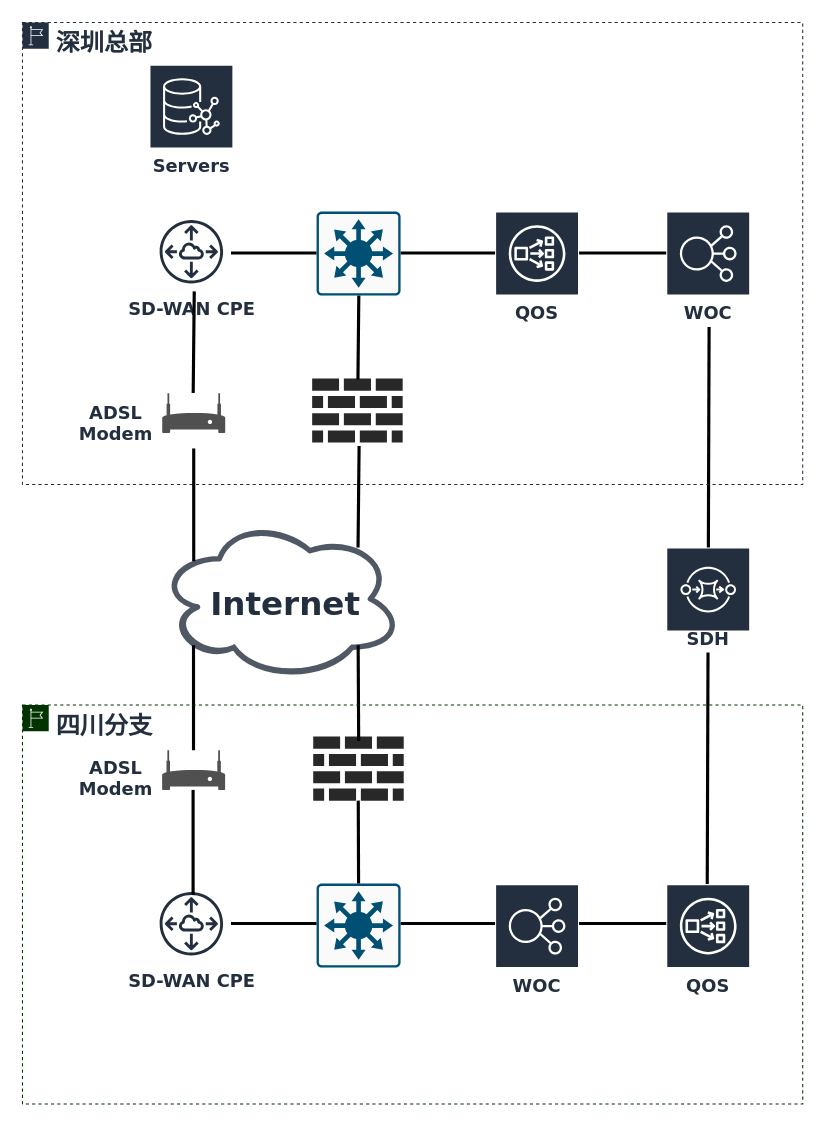
Before: Untitled Diagram.drawio in ZILLIONTSANG/NetworkDiagrams, a draw.io diagram. Source tidied: cells renumbered, new cells numbered last; positions are measured from the earlier drawing's top-left corner, leaving out a move shared by most shapes. Both pictures are drawn from the tidied source at 105%, with x=0, y=0 at pixel (22, 22).
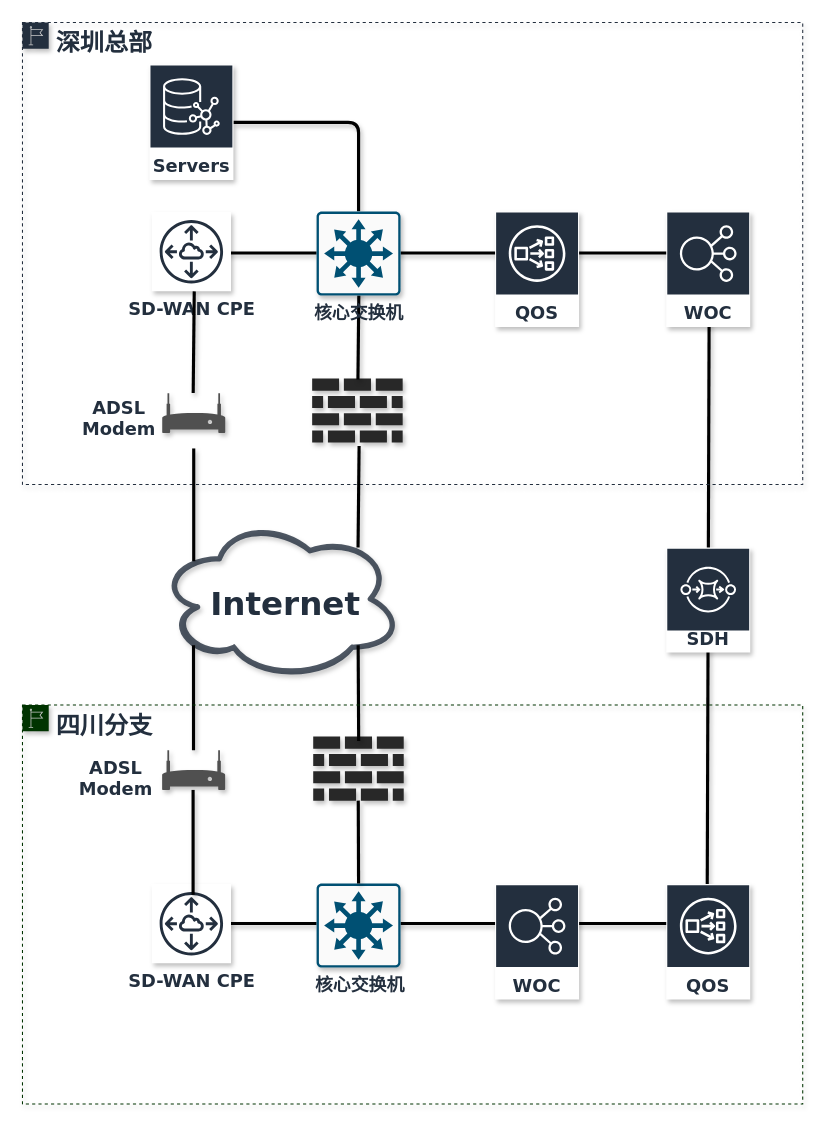
The same diagram, later.

Change to the diagram source:
```diff
@@
-    <mxCell id="2" style="edgeStyle=none;rounded=0;orthogonalLoop=1;jettySize=auto;html=1;endArrow=none;endFill=0;strokeWidth=3;fontFamily=Verdana;fontSize=17;fontColor=#232F3E;" parent="1" edge="1">
+    <mxCell id="2" style="edgeStyle=none;rounded=0;orthogonalLoop=1;jettySize=auto;html=1;endArrow=none;endFill=0;strokeWidth=3;fontFamily=Verdana;fontSize=17;fontColor=#232F3E;shadow=1;" parent="1" edge="1">
       <mxGeometry relative="1" as="geometry">
         <mxPoint x="654" y="240" as="sourcePoint" />
         <mxPoint x="652" y="840" as="targetPoint" />
       </mxGeometry>
     </mxCell>
-    <mxCell id="3" style="rounded=0;orthogonalLoop=1;jettySize=auto;html=1;fontSize=17;fontColor=#232F3E;fontFamily=Verdana;fontStyle=1;endArrow=none;endFill=0;strokeWidth=3;exitX=0.743;exitY=0.341;exitDx=0;exitDy=0;exitPerimeter=0;" parent="1" edge="1">
+    <mxCell id="3" style="rounded=0;orthogonalLoop=1;jettySize=auto;html=1;fontSize=17;fontColor=#232F3E;fontFamily=Verdana;fontStyle=1;endArrow=none;endFill=0;strokeWidth=3;exitX=0.743;exitY=0.341;exitDx=0;exitDy=0;exitPerimeter=0;shadow=1;" parent="1" edge="1">
       <mxGeometry x="-173.3" y="257.4" as="geometry">
         <mxPoint x="645.6" y="219.5" as="sourcePoint" />
         <mxPoint x="163" y="219.5" as="targetPoint" />
       </mxGeometry>
     </mxCell>
-    <mxCell id="4" style="rounded=0;orthogonalLoop=1;jettySize=auto;html=1;fontSize=17;fontColor=#232F3E;fontFamily=Verdana;fontStyle=1;endArrow=none;endFill=0;strokeWidth=3;exitX=0.743;exitY=0.341;exitDx=0;exitDy=0;exitPerimeter=0;" parent="1" edge="1">
+    <mxCell id="4" style="rounded=0;orthogonalLoop=1;jettySize=auto;html=1;fontSize=17;fontColor=#232F3E;fontFamily=Verdana;fontStyle=1;endArrow=none;endFill=0;strokeWidth=3;exitX=0.743;exitY=0.341;exitDx=0;exitDy=0;exitPerimeter=0;shadow=1;" parent="1" edge="1">
       <mxGeometry x="-174.4" y="896" as="geometry">
         <mxPoint x="644.4" y="858" as="sourcePoint" />
         <mxPoint x="161.9" y="858" as="targetPoint" />
       </mxGeometry>
     </mxCell>
-    <mxCell id="5" value="WOC" style="fontColor=#232F3E;gradientColor=none;strokeColor=#ffffff;fillColor=#232F3E;dashed=0;verticalLabelPosition=middle;verticalAlign=bottom;align=center;html=1;whiteSpace=wrap;fontSize=17;fontStyle=1;spacing=3;shape=mxgraph.aws4.productIcon;prIcon=mxgraph.aws4.elastic_load_balancing;fontFamily=Verdana;" parent="1" vertex="1">
+    <mxCell id="5" value="WOC" style="fontColor=#232F3E;gradientColor=none;strokeColor=#ffffff;fillColor=#232F3E;dashed=0;verticalLabelPosition=middle;verticalAlign=bottom;align=center;html=1;whiteSpace=wrap;fontSize=17;fontStyle=1;spacing=3;shape=mxgraph.aws4.productIcon;prIcon=mxgraph.aws4.elastic_load_balancing;fontFamily=Verdana;shadow=1;" parent="1" vertex="1">
       <mxGeometry x="613" y="180" width="80" height="110" as="geometry" />
     </mxCell>
-    <mxCell id="6" value="&lt;font color=&quot;#232f3e&quot; style=&quot;font-size: 23px&quot;&gt;深圳总部&lt;/font&gt;" style="gradientColor=none;html=1;whiteSpace=wrap;fontSize=17;fontStyle=1;shape=mxgraph.aws4.group;grIcon=mxgraph.aws4.group_region;fillColor=none;verticalAlign=top;align=left;spacingLeft=30;fontColor=#879196;dashed=1;fontFamily=Verdana;strokeColor=#232F3E;" parent="1" vertex="1">
+    <mxCell id="6" value="&lt;font color=&quot;#232f3e&quot; style=&quot;font-size: 23px&quot;&gt;深圳总部&lt;/font&gt;" style="gradientColor=none;html=1;whiteSpace=wrap;fontSize=17;fontStyle=1;shape=mxgraph.aws4.group;grIcon=mxgraph.aws4.group_region;fillColor=none;verticalAlign=top;align=left;spacingLeft=30;fontColor=#879196;dashed=1;fontFamily=Verdana;strokeColor=#232F3E;shadow=1;" parent="1" vertex="1">
       <mxGeometry x="-0.1" width="743.1" height="440" as="geometry" />
     </mxCell>
-    <mxCell id="7" value="QOS" style="fontColor=#232F3E;gradientColor=none;strokeColor=#ffffff;fillColor=#232F3E;dashed=0;verticalLabelPosition=middle;verticalAlign=bottom;align=center;html=1;whiteSpace=wrap;fontSize=17;fontStyle=1;spacing=3;shape=mxgraph.aws4.productIcon;prIcon=mxgraph.aws4.network_load_balancer;fontFamily=Verdana;" parent="1" vertex="1">
+    <mxCell id="7" value="QOS" style="fontColor=#232F3E;gradientColor=none;strokeColor=#ffffff;fillColor=#232F3E;dashed=0;verticalLabelPosition=middle;verticalAlign=bottom;align=center;html=1;whiteSpace=wrap;fontSize=17;fontStyle=1;spacing=3;shape=mxgraph.aws4.productIcon;prIcon=mxgraph.aws4.network_load_balancer;fontFamily=Verdana;shadow=1;" parent="1" vertex="1">
       <mxGeometry x="450" y="180" width="80" height="110" as="geometry" />
     </mxCell>
+    <mxCell id="34" style="edgeStyle=orthogonalEdgeStyle;rounded=1;jettySize=auto;html=1;entryX=0.5;entryY=0;entryDx=0;entryDy=0;entryPerimeter=0;endArrow=none;endFill=0;strokeWidth=3;fontFamily=Verdana;fontSize=17;fontColor=#232F3E;sketch=0;shadow=1;" parent="1" edge="1" source="8" target="30">
+      <mxGeometry relative="1" as="geometry" />
+    </mxCell>
-    <mxCell id="8" value="Servers" style="outlineConnect=0;fontColor=#232F3E;gradientColor=none;strokeColor=#ffffff;fillColor=#232F3E;dashed=0;verticalLabelPosition=middle;verticalAlign=bottom;align=center;html=1;whiteSpace=wrap;fontSize=17;fontStyle=1;spacing=3;shape=mxgraph.aws4.productIcon;prIcon=mxgraph.aws4.neptune;fontFamily=Verdana;" parent="1" vertex="1">
+    <mxCell id="8" value="Servers" style="outlineConnect=0;fontColor=#232F3E;gradientColor=none;strokeColor=#ffffff;fillColor=#232F3E;dashed=0;verticalLabelPosition=middle;verticalAlign=bottom;align=center;html=1;whiteSpace=wrap;fontSize=17;fontStyle=1;spacing=3;shape=mxgraph.aws4.productIcon;prIcon=mxgraph.aws4.neptune;fontFamily=Verdana;shadow=1;" parent="1" vertex="1">
       <mxGeometry x="120.8" y="40" width="80" height="110" as="geometry" />
     </mxCell>
-    <mxCell id="9" value="SD-WAN CPE" style="fontColor=#232F3E;gradientColor=none;strokeColor=#232F3E;fillColor=#ffffff;dashed=0;verticalLabelPosition=bottom;verticalAlign=top;align=center;html=1;fontSize=17;fontStyle=1;shape=mxgraph.aws4.resourceIcon;resIcon=mxgraph.aws4.peering;fontFamily=Verdana;" parent="1" vertex="1">
+    <mxCell id="9" value="SD-WAN CPE" style="fontColor=#232F3E;gradientColor=none;strokeColor=#232F3E;fillColor=#ffffff;dashed=0;verticalLabelPosition=bottom;verticalAlign=top;align=center;html=1;fontSize=17;fontStyle=1;shape=mxgraph.aws4.resourceIcon;resIcon=mxgraph.aws4.peering;fontFamily=Verdana;shadow=1;" parent="1" vertex="1">
       <mxGeometry x="123" y="180.5" width="75.5" height="75.5" as="geometry" />
     </mxCell>
-    <mxCell id="10" style="shadow=0;dashed=0;html=1;strokeColor=none;fillColor=#505050;labelPosition=center;verticalLabelPosition=bottom;verticalAlign=top;align=center;shape=mxgraph.office.devices.modem;fontSize=17;fontColor=#232F3E;fontFamily=Verdana;fontStyle=1;" parent="1" vertex="1">
+    <mxCell id="10" style="shadow=1;dashed=0;html=1;strokeColor=none;fillColor=#505050;labelPosition=center;verticalLabelPosition=bottom;verticalAlign=top;align=center;shape=mxgraph.office.devices.modem;fontSize=17;fontColor=#232F3E;fontFamily=Verdana;fontStyle=1;" parent="1" vertex="1">
       <mxGeometry x="133" y="353" width="60" height="37.8" as="geometry" />
     </mxCell>
-    <mxCell id="11" style="verticalLabelPosition=bottom;html=1;fillColor=#282828;strokeColor=none;verticalAlign=top;align=center;shape=mxgraph.cisco_safe.security_icons.firewall;dashed=0;fontSize=17;fontColor=#232F3E;fontFamily=Verdana;fontStyle=1;" parent="1" vertex="1">
+    <mxCell id="11" style="verticalLabelPosition=bottom;html=1;fillColor=#282828;strokeColor=none;verticalAlign=top;align=center;shape=mxgraph.cisco_safe.security_icons.firewall;dashed=0;fontSize=17;fontColor=#232F3E;fontFamily=Verdana;fontStyle=1;shadow=1;" parent="1" vertex="1">
       <mxGeometry x="276.8" y="680" width="86.2" height="61" as="geometry" />
     </mxCell>
-    <mxCell id="12" style="shadow=0;dashed=0;html=1;strokeColor=none;fillColor=#505050;labelPosition=center;verticalLabelPosition=bottom;verticalAlign=top;align=center;shape=mxgraph.office.devices.modem;fontSize=17;fontColor=#232F3E;fontFamily=Verdana;fontStyle=1;" parent="1" vertex="1">
+    <mxCell id="12" style="shadow=1;dashed=0;html=1;strokeColor=none;fillColor=#505050;labelPosition=center;verticalLabelPosition=bottom;verticalAlign=top;align=center;shape=mxgraph.office.devices.modem;fontSize=17;fontColor=#232F3E;fontFamily=Verdana;fontStyle=1;" parent="1" vertex="1">
       <mxGeometry x="132.9" y="693" width="60" height="37.8" as="geometry" />
     </mxCell>
-    <mxCell id="13" value="WOC" style="fontColor=#232F3E;gradientColor=none;strokeColor=#ffffff;fillColor=#232F3E;dashed=0;verticalLabelPosition=middle;verticalAlign=bottom;align=center;html=1;whiteSpace=wrap;fontSize=17;fontStyle=1;spacing=3;shape=mxgraph.aws4.productIcon;prIcon=mxgraph.aws4.elastic_load_balancing;fontFamily=Verdana;" parent="1" vertex="1">
+    <mxCell id="13" value="WOC" style="fontColor=#232F3E;gradientColor=none;strokeColor=#ffffff;fillColor=#232F3E;dashed=0;verticalLabelPosition=middle;verticalAlign=bottom;align=center;html=1;whiteSpace=wrap;fontSize=17;fontStyle=1;spacing=3;shape=mxgraph.aws4.productIcon;prIcon=mxgraph.aws4.elastic_load_balancing;fontFamily=Verdana;shadow=1;" parent="1" vertex="1">
       <mxGeometry x="450" y="820.5" width="80" height="110" as="geometry" />
     </mxCell>
-    <mxCell id="14" value="SDH" style="fontColor=#232F3E;gradientColor=none;strokeColor=#ffffff;fillColor=#232F3E;dashed=0;verticalLabelPosition=middle;verticalAlign=bottom;align=center;html=1;whiteSpace=wrap;fontSize=17;fontStyle=1;spacing=3;shape=mxgraph.aws4.productIcon;prIcon=mxgraph.aws4.sqs;fontFamily=Verdana;" parent="1" vertex="1">
+    <mxCell id="14" value="SDH" style="fontColor=#232F3E;gradientColor=none;strokeColor=#ffffff;fillColor=#232F3E;dashed=0;verticalLabelPosition=middle;verticalAlign=bottom;align=center;html=1;whiteSpace=wrap;fontSize=17;fontStyle=1;spacing=3;shape=mxgraph.aws4.productIcon;prIcon=mxgraph.aws4.sqs;fontFamily=Verdana;shadow=1;" parent="1" vertex="1">
       <mxGeometry x="613" y="500" width="80" height="100" as="geometry" />
     </mxCell>
-    <mxCell id="15" value="QOS" style="fontColor=#232F3E;gradientColor=none;strokeColor=#ffffff;fillColor=#232F3E;dashed=0;verticalLabelPosition=middle;verticalAlign=bottom;align=center;html=1;whiteSpace=wrap;fontSize=17;fontStyle=1;spacing=3;shape=mxgraph.aws4.productIcon;prIcon=mxgraph.aws4.network_load_balancer;fontFamily=Verdana;" parent="1" vertex="1">
+    <mxCell id="15" value="QOS" style="fontColor=#232F3E;gradientColor=none;strokeColor=#ffffff;fillColor=#232F3E;dashed=0;verticalLabelPosition=middle;verticalAlign=bottom;align=center;html=1;whiteSpace=wrap;fontSize=17;fontStyle=1;spacing=3;shape=mxgraph.aws4.productIcon;prIcon=mxgraph.aws4.network_load_balancer;fontFamily=Verdana;shadow=1;" parent="1" vertex="1">
       <mxGeometry x="613" y="820.5" width="80" height="110" as="geometry" />
     </mxCell>
-    <mxCell id="16" style="points=[[0.015,0.015,0],[0.985,0.015,0],[0.985,0.985,0],[0.015,0.985,0],[0.25,0,0],[0.5,0,0],[0.75,0,0],[1,0.25,0],[1,0.5,0],[1,0.75,0],[0.75,1,0],[0.5,1,0],[0.25,1,0],[0,0.75,0],[0,0.5,0],[0,0.25,0]];verticalLabelPosition=bottom;html=1;verticalAlign=top;align=center;shape=mxgraph.cisco19.rect;prIcon=l3_switch;fillColor=#FAFAFA;strokeColor=#005073;dashed=0;fontSize=17;fontColor=#232F3E;fontFamily=Verdana;fontStyle=1;" parent="1" vertex="1">
+    <mxCell id="16" style="points=[[0.015,0.015,0],[0.985,0.015,0],[0.985,0.985,0],[0.015,0.985,0],[0.25,0,0],[0.5,0,0],[0.75,0,0],[1,0.25,0],[1,0.5,0],[1,0.75,0],[0.75,1,0],[0.5,1,0],[0.25,1,0],[0,0.75,0],[0,0.5,0],[0,0.25,0]];verticalLabelPosition=bottom;html=1;verticalAlign=top;align=center;shape=mxgraph.cisco19.rect;prIcon=l3_switch;fillColor=#FAFAFA;strokeColor=#005073;dashed=0;fontSize=17;fontColor=#232F3E;fontFamily=Verdana;fontStyle=1;shadow=1;" parent="1" vertex="1">
       <mxGeometry x="280" y="820" width="80" height="80" as="geometry" />
     </mxCell>
-    <mxCell id="17" value="SD-WAN CPE" style="fontColor=#232F3E;gradientColor=none;strokeColor=#232F3E;fillColor=#ffffff;dashed=0;verticalLabelPosition=bottom;verticalAlign=top;align=center;html=1;fontSize=17;fontStyle=1;shape=mxgraph.aws4.resourceIcon;resIcon=mxgraph.aws4.peering;fontFamily=Verdana;" parent="1" vertex="1">
+    <mxCell id="17" value="SD-WAN CPE" style="fontColor=#232F3E;gradientColor=none;strokeColor=#232F3E;fillColor=#ffffff;dashed=0;verticalLabelPosition=bottom;verticalAlign=top;align=center;html=1;fontSize=17;fontStyle=1;shape=mxgraph.aws4.resourceIcon;resIcon=mxgraph.aws4.peering;fontFamily=Verdana;shadow=1;" parent="1" vertex="1">
       <mxGeometry x="123" y="820.5" width="75.5" height="75.5" as="geometry" />
     </mxCell>
-    <mxCell id="18" style="group;" parent="1" vertex="1">
+    <mxCell id="18" style="group;shadow=1;" parent="1" vertex="1">
       <mxGeometry x="129.9" y="472.3" width="230" height="155.3" as="geometry" />
     </mxCell>
-    <mxCell id="19" style="ellipse;shape=cloud;whiteSpace=wrap;html=1;dashed=0;fontSize=17;fontColor=#232F3E;fontStyle=1;verticalAlign=bottom;spacing=3;strokeColor=#232F3E;fillColor=none;strokeWidth=5;perimeterSpacing=2;opacity=80;shadow=0;sketch=1;fontFamily=Verdana;" parent="18" vertex="1">
+    <mxCell id="19" style="ellipse;shape=cloud;whiteSpace=wrap;html=1;dashed=0;fontSize=17;fontColor=#232F3E;fontStyle=1;verticalAlign=bottom;spacing=3;strokeColor=#232F3E;fillColor=none;strokeWidth=5;perimeterSpacing=2;opacity=80;shadow=1;sketch=1;fontFamily=Verdana;" parent="18" vertex="1">
       <mxGeometry width="230" height="153.3" as="geometry" />
     </mxCell>
-    <mxCell id="20" value="&lt;font style=&quot;font-size: 31px&quot;&gt;Internet&lt;/font&gt;" style="text;html=1;align=center;verticalAlign=middle;fontSize=17;fontColor=#232F3E;fontFamily=Verdana;fontStyle=1;" parent="18" vertex="1">
+    <mxCell id="20" value="&lt;font style=&quot;font-size: 31px&quot;&gt;Internet&lt;/font&gt;" style="text;html=1;align=center;verticalAlign=middle;fontSize=17;fontColor=#232F3E;fontFamily=Verdana;fontStyle=1;shadow=1;" parent="18" vertex="1">
       <mxGeometry x="40.1" y="66.7" width="160" height="30" as="geometry" />
     </mxCell>
-    <mxCell id="21" style="rounded=0;orthogonalLoop=1;jettySize=auto;html=1;fontSize=17;fontColor=#232F3E;fontFamily=Verdana;fontStyle=1;endArrow=none;endFill=0;strokeWidth=3;" parent="18" edge="1">
+    <mxCell id="21" style="rounded=0;orthogonalLoop=1;jettySize=auto;html=1;fontSize=17;fontColor=#232F3E;fontFamily=Verdana;fontStyle=1;endArrow=none;endFill=0;strokeWidth=3;shadow=1;" parent="18" edge="1">
       <mxGeometry x="-320" y="502.3" as="geometry">
         <mxPoint x="33.1" y="40.7" as="sourcePoint" />
         <mxPoint x="33.1" y="-66.7" as="targetPoint" />
       </mxGeometry>
     </mxCell>
-    <mxCell id="22" style="rounded=0;orthogonalLoop=1;jettySize=auto;html=1;fontSize=17;fontColor=#232F3E;fontFamily=Verdana;fontStyle=1;entryX=0.807;entryY=0.821;entryDx=0;entryDy=0;entryPerimeter=0;endArrow=none;endFill=0;strokeWidth=3;" parent="1" edge="1">
+    <mxCell id="22" style="rounded=0;orthogonalLoop=1;jettySize=auto;html=1;fontSize=17;fontColor=#232F3E;fontFamily=Verdana;fontStyle=1;entryX=0.807;entryY=0.821;entryDx=0;entryDy=0;entryPerimeter=0;endArrow=none;endFill=0;strokeWidth=3;shadow=1;" parent="1" edge="1">
       <mxGeometry x="-320.2" y="690" as="geometry">
         <mxPoint x="320.1" y="684.2" as="sourcePoint" />
         <mxPoint x="319.6" y="593" as="targetPoint" />
       </mxGeometry>
     </mxCell>
-    <mxCell id="23" style="rounded=0;orthogonalLoop=1;jettySize=auto;html=1;fontSize=17;fontColor=#232F3E;fontFamily=Verdana;fontStyle=1;endArrow=none;endFill=0;strokeWidth=3;" parent="1" edge="1">
+    <mxCell id="23" style="rounded=0;orthogonalLoop=1;jettySize=auto;html=1;fontSize=17;fontColor=#232F3E;fontFamily=Verdana;fontStyle=1;endArrow=none;endFill=0;strokeWidth=3;shadow=1;" parent="1" edge="1">
       <mxGeometry x="-320.2" y="690" as="geometry">
         <mxPoint x="162.8" y="693" as="sourcePoint" />
         <mxPoint x="162.8" y="593" as="targetPoint" />
       </mxGeometry>
     </mxCell>
-    <mxCell id="24" value="&lt;div style=&quot;text-align: center&quot;&gt;&lt;font face=&quot;verdana&quot;&gt;&lt;b&gt;ADSL&lt;/b&gt;&lt;/font&gt;&lt;/div&gt;&lt;div style=&quot;text-align: center&quot;&gt;&lt;font face=&quot;verdana&quot;&gt;&lt;b&gt;Modem&lt;/b&gt;&lt;/font&gt;&lt;/div&gt;" style="text;whiteSpace=wrap;html=1;fontSize=17;fontFamily=Verdana;fontColor=#232F3E;" parent="1" vertex="1">
+    <mxCell id="24" value="&lt;div style=&quot;text-align: center&quot;&gt;&lt;font face=&quot;verdana&quot;&gt;&lt;b&gt;ADSL&lt;/b&gt;&lt;/font&gt;&lt;/div&gt;&lt;div style=&quot;text-align: center&quot;&gt;&lt;font face=&quot;verdana&quot;&gt;&lt;b&gt;Modem&lt;/b&gt;&lt;/font&gt;&lt;/div&gt;" style="text;whiteSpace=wrap;html=1;fontSize=17;fontFamily=Verdana;fontColor=#232F3E;shadow=1;" parent="1" vertex="1">
       <mxGeometry x="51.9" y="693" width="78" height="40" as="geometry" />
     </mxCell>
-    <mxCell id="25" style="rounded=0;orthogonalLoop=1;jettySize=auto;html=1;fontSize=17;fontColor=#232F3E;fontFamily=Verdana;fontStyle=1;endArrow=none;endFill=0;strokeWidth=3;" parent="1" edge="1">
+    <mxCell id="25" style="rounded=0;orthogonalLoop=1;jettySize=auto;html=1;fontSize=17;fontColor=#232F3E;fontFamily=Verdana;fontStyle=1;endArrow=none;endFill=0;strokeWidth=3;shadow=1;" parent="1" edge="1">
       <mxGeometry x="-320.6" y="827.7" as="geometry">
         <mxPoint x="162.4" y="830.7" as="sourcePoint" />
         <mxPoint x="162.4" y="730.8" as="targetPoint" />
       </mxGeometry>
     </mxCell>
-    <mxCell id="26" style="rounded=0;jettySize=auto;html=1;fontSize=17;fontColor=#232F3E;fontFamily=Verdana;fontStyle=1;endArrow=none;endFill=0;strokeWidth=3;exitX=0.5;exitY=0;exitDx=0;exitDy=0;exitPerimeter=0;" parent="1" edge="1" source="16">
+    <mxCell id="26" style="rounded=0;jettySize=auto;html=1;fontSize=17;fontColor=#232F3E;fontFamily=Verdana;fontStyle=1;endArrow=none;endFill=0;strokeWidth=3;exitX=0.5;exitY=0;exitDx=0;exitDy=0;exitPerimeter=0;shadow=1;" parent="1" edge="1" source="16">
       <mxGeometry x="-163.3" y="837.9" as="geometry">
         <mxPoint x="319.7" y="741" as="targetPoint" />
       </mxGeometry>
     </mxCell>
-    <mxCell id="27" style="verticalLabelPosition=bottom;html=1;fillColor=#282828;strokeColor=none;verticalAlign=top;align=center;shape=mxgraph.cisco_safe.security_icons.firewall;dashed=0;fontSize=17;fontColor=#232F3E;fontFamily=Verdana;fontStyle=1;" parent="1" vertex="1">
+    <mxCell id="27" style="verticalLabelPosition=bottom;html=1;fillColor=#282828;strokeColor=none;verticalAlign=top;align=center;shape=mxgraph.cisco_safe.security_icons.firewall;dashed=0;fontSize=17;fontColor=#232F3E;fontFamily=Verdana;fontStyle=1;shadow=1;" parent="1" vertex="1">
       <mxGeometry x="275.8" y="339" width="86.2" height="61" as="geometry" />
     </mxCell>
-    <mxCell id="28" style="edgeStyle=none;rounded=0;orthogonalLoop=1;jettySize=auto;html=1;endArrow=none;endFill=0;strokeWidth=3;fontFamily=Verdana;fontSize=17;fontColor=#232F3E;" parent="1" edge="1">
+    <mxCell id="28" style="edgeStyle=none;rounded=0;orthogonalLoop=1;jettySize=auto;html=1;endArrow=none;endFill=0;strokeWidth=3;fontFamily=Verdana;fontSize=17;fontColor=#232F3E;shadow=1;" parent="1" edge="1">
       <mxGeometry relative="1" as="geometry">
         <mxPoint x="320.5" y="403.3" as="sourcePoint" />
         <mxPoint x="319.5" y="500" as="targetPoint" />
       </mxGeometry>
     </mxCell>
-    <mxCell id="29" style="edgeStyle=none;rounded=0;orthogonalLoop=1;jettySize=auto;html=1;endArrow=none;endFill=0;strokeWidth=3;fontFamily=Verdana;fontSize=17;fontColor=#232F3E;" parent="1" edge="1">
+    <mxCell id="29" style="edgeStyle=none;rounded=0;orthogonalLoop=1;jettySize=auto;html=1;endArrow=none;endFill=0;strokeWidth=3;fontFamily=Verdana;fontSize=17;fontColor=#232F3E;shadow=1;" parent="1" edge="1">
       <mxGeometry relative="1" as="geometry">
         <mxPoint x="320.4" y="243.3" as="sourcePoint" />
         <mxPoint x="319.4" y="340" as="targetPoint" />
       </mxGeometry>
     </mxCell>
-    <mxCell id="30" style="points=[[0.015,0.015,0],[0.985,0.015,0],[0.985,0.985,0],[0.015,0.985,0],[0.25,0,0],[0.5,0,0],[0.75,0,0],[1,0.25,0],[1,0.5,0],[1,0.75,0],[0.75,1,0],[0.5,1,0],[0.25,1,0],[0,0.75,0],[0,0.5,0],[0,0.25,0]];verticalLabelPosition=bottom;html=1;verticalAlign=top;align=center;shape=mxgraph.cisco19.rect;prIcon=l3_switch;fillColor=#FAFAFA;strokeColor=#005073;dashed=0;fontSize=17;fontColor=#232F3E;fontFamily=Verdana;fontStyle=1;" parent="1" vertex="1">
+    <mxCell id="30" style="points=[[0.015,0.015,0],[0.985,0.015,0],[0.985,0.985,0],[0.015,0.985,0],[0.25,0,0],[0.5,0,0],[0.75,0,0],[1,0.25,0],[1,0.5,0],[1,0.75,0],[0.75,1,0],[0.5,1,0],[0.25,1,0],[0,0.75,0],[0,0.5,0],[0,0.25,0]];verticalLabelPosition=bottom;html=1;verticalAlign=top;align=center;shape=mxgraph.cisco19.rect;prIcon=l3_switch;fillColor=#FAFAFA;strokeColor=#005073;dashed=0;fontSize=17;fontColor=#232F3E;fontFamily=Verdana;fontStyle=1;shadow=1;" parent="1" vertex="1">
       <mxGeometry x="280" y="180" width="80" height="80" as="geometry" />
     </mxCell>
-    <mxCell id="31" style="edgeStyle=none;rounded=0;orthogonalLoop=1;jettySize=auto;html=1;endArrow=none;endFill=0;strokeWidth=3;fontFamily=Verdana;fontSize=17;fontColor=#232F3E;" parent="1" edge="1">
+    <mxCell id="31" style="edgeStyle=none;rounded=0;orthogonalLoop=1;jettySize=auto;html=1;endArrow=none;endFill=0;strokeWidth=3;fontFamily=Verdana;fontSize=17;fontColor=#232F3E;shadow=1;" parent="1" edge="1">
       <mxGeometry relative="1" as="geometry">
         <mxPoint x="163.5" y="256" as="sourcePoint" />
         <mxPoint x="162.5" y="352.7" as="targetPoint" />
       </mxGeometry>
     </mxCell>
-    <mxCell id="32" value="&lt;div style=&quot;text-align: center&quot;&gt;&lt;font face=&quot;verdana&quot;&gt;&lt;b&gt;ADSL&lt;/b&gt;&lt;/font&gt;&lt;/div&gt;&lt;div style=&quot;text-align: center&quot;&gt;&lt;font face=&quot;verdana&quot;&gt;&lt;b&gt;Modem&lt;/b&gt;&lt;/font&gt;&lt;/div&gt;" style="text;whiteSpace=wrap;html=1;fontSize=17;fontFamily=Verdana;fontColor=#232F3E;" parent="1" vertex="1">
-      <mxGeometry x="51.9" y="355" width="78" height="40" as="geometry" />
+    <mxCell id="32" value="&lt;div style=&quot;text-align: center&quot;&gt;&lt;font face=&quot;verdana&quot;&gt;&lt;b&gt;ADSL&lt;/b&gt;&lt;/font&gt;&lt;/div&gt;&lt;div style=&quot;text-align: center&quot;&gt;&lt;font face=&quot;verdana&quot;&gt;&lt;b&gt;Modem&lt;/b&gt;&lt;/font&gt;&lt;/div&gt;" style="text;whiteSpace=wrap;html=1;fontSize=17;fontFamily=Verdana;fontColor=#232F3E;shadow=1;" parent="1" vertex="1">
+      <mxGeometry x="54.9" y="349.5" width="78" height="40" as="geometry" />
     </mxCell>
-    <mxCell id="33" value="&lt;font color=&quot;#232f3e&quot; style=&quot;font-size: 23px&quot;&gt;四川分支&lt;/font&gt;" style="gradientColor=none;html=1;whiteSpace=wrap;fontSize=17;fontStyle=1;shape=mxgraph.aws4.group;grIcon=mxgraph.aws4.group_region;fillColor=none;verticalAlign=top;align=left;spacingLeft=30;fontColor=#879196;dashed=1;fontFamily=Verdana;strokeColor=#003300;" parent="1" vertex="1">
+    <mxCell id="33" value="&lt;font color=&quot;#232f3e&quot; style=&quot;font-size: 23px&quot;&gt;四川分支&lt;/font&gt;" style="gradientColor=none;html=1;whiteSpace=wrap;fontSize=17;fontStyle=1;shape=mxgraph.aws4.group;grIcon=mxgraph.aws4.group_region;fillColor=none;verticalAlign=top;align=left;spacingLeft=30;fontColor=#879196;dashed=1;fontFamily=Verdana;strokeColor=#003300;shadow=1;" parent="1" vertex="1">
       <mxGeometry x="-0.1" y="650" width="743.1" height="380" as="geometry" />
     </mxCell>
+    <mxCell id="35" value="&lt;div style=&quot;text-align: center&quot;&gt;&lt;font face=&quot;verdana&quot;&gt;&lt;b&gt;核心交换机&lt;/b&gt;&lt;/font&gt;&lt;/div&gt;" style="text;whiteSpace=wrap;html=1;fontSize=17;fontFamily=Verdana;fontColor=#232F3E;shadow=1;" parent="1" vertex="1">
+      <mxGeometry x="275.8" y="260" width="100" height="40" as="geometry" />
+    </mxCell>
+    <mxCell id="36" value="&lt;div style=&quot;text-align: center&quot;&gt;&lt;font face=&quot;verdana&quot;&gt;&lt;b&gt;核心交换机&lt;/b&gt;&lt;/font&gt;&lt;/div&gt;" style="text;whiteSpace=wrap;html=1;fontSize=17;fontFamily=Verdana;fontColor=#232F3E;shadow=1;" parent="1" vertex="1">
+      <mxGeometry x="276.8" y="900" width="100" height="40" as="geometry" />
+    </mxCell>
```
